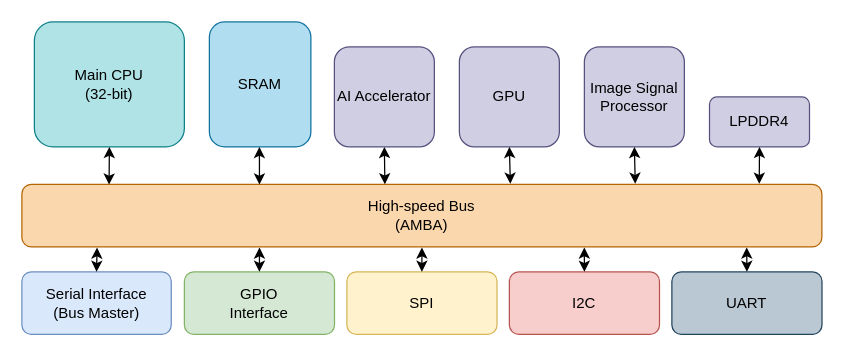
Before: soc_gen.drawio in Saacman/soc_gen, a draw.io diagram. Source tidied: cells renumbered, new cells numbered last; positions are measured from the earlier drawing's top-left corner, leaving out a move shared by most shapes. Both pictures are drawn from the tidied source at 125%, with x=0, y=0 at pixel (21, 21).
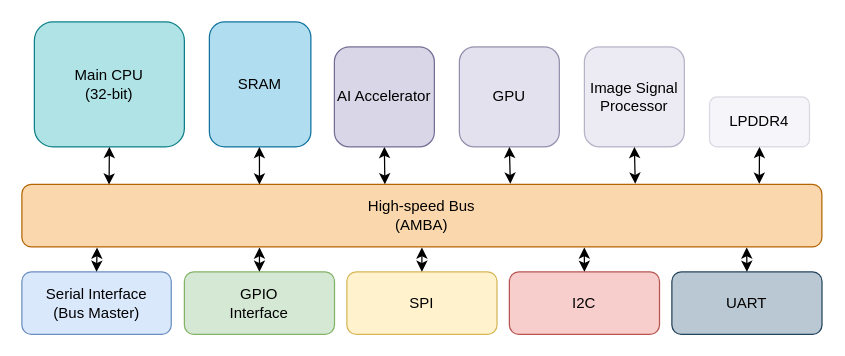
Above is the later version.

What changed in the source:
```diff
@@
-    <mxCell id="9" value="AI Accelerator" style="rounded=1;whiteSpace=wrap;html=1;fillColor=#d0cee2;strokeColor=#56517e;" parent="1" vertex="1">
+    <mxCell id="9" value="AI Accelerator" style="rounded=1;whiteSpace=wrap;html=1;fillColor=#d0cee2;strokeColor=#56517e;opacity=80;" parent="1" vertex="1">
       <mxGeometry x="250" y="20" width="80" height="80" as="geometry" />
     </mxCell>
-    <mxCell id="10" value="GPU" style="rounded=1;whiteSpace=wrap;html=1;fillColor=#d0cee2;strokeColor=#56517e;" parent="1" vertex="1">
+    <mxCell id="10" value="GPU" style="rounded=1;whiteSpace=wrap;html=1;fillColor=#d0cee2;strokeColor=#56517e;opacity=60;" parent="1" vertex="1">
       <mxGeometry x="350" y="20" width="80" height="80" as="geometry" />
     </mxCell>
@@
-    <mxCell id="23" value="&lt;div&gt;Image Signal&lt;/div&gt;&lt;div&gt;Processor&lt;br&gt;&lt;/div&gt;" style="rounded=1;whiteSpace=wrap;html=1;fillColor=#d0cee2;strokeColor=#56517e;" parent="1" vertex="1">
+    <mxCell id="23" value="&lt;div&gt;Image Signal&lt;/div&gt;&lt;div&gt;Processor&lt;br&gt;&lt;/div&gt;" style="rounded=1;whiteSpace=wrap;html=1;fillColor=#d0cee2;strokeColor=#56517e;opacity=40;" parent="1" vertex="1">
       <mxGeometry x="450" y="20" width="80" height="80" as="geometry" />
     </mxCell>
-    <mxCell id="24" value="LPDDR4" style="rounded=1;whiteSpace=wrap;html=1;fillColor=#d0cee2;strokeColor=#56517e;" parent="1" vertex="1">
+    <mxCell id="24" value="LPDDR4" style="rounded=1;whiteSpace=wrap;html=1;fillColor=#d0cee2;strokeColor=#56517e;opacity=20;" parent="1" vertex="1">
       <mxGeometry x="550.1" y="60" width="80" height="40" as="geometry" />
     </mxCell>
```
